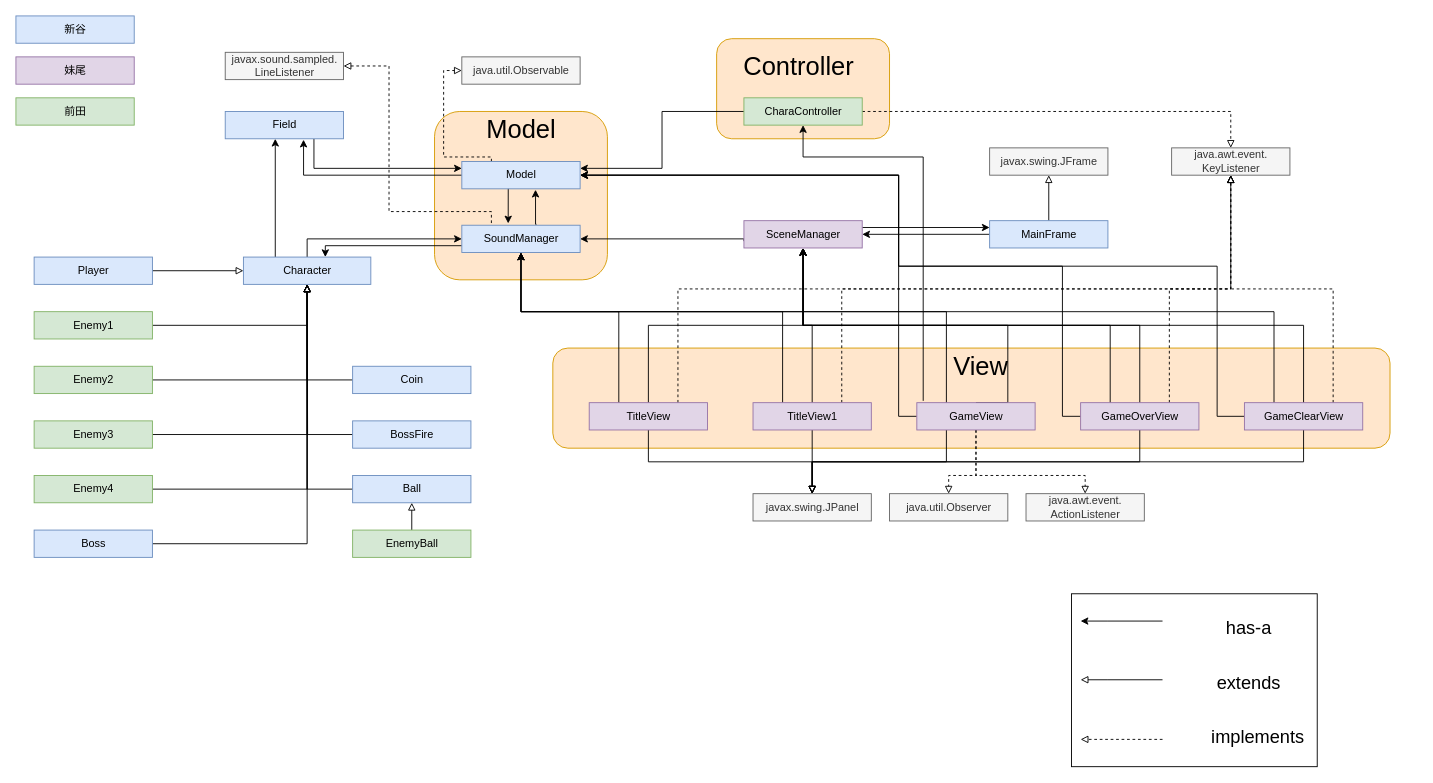
Before: uml.drawio in ddaiki5/MediaPrograming, a draw.io diagram. Source tidied: cells renumbered, new cells numbered last; positions are measured from the earlier drawing's top-left corner, leaving out a move shared by most shapes. Both pictures are drawn from the tidied source at 91%, with x=0, y=0 at pixel (15, 15).
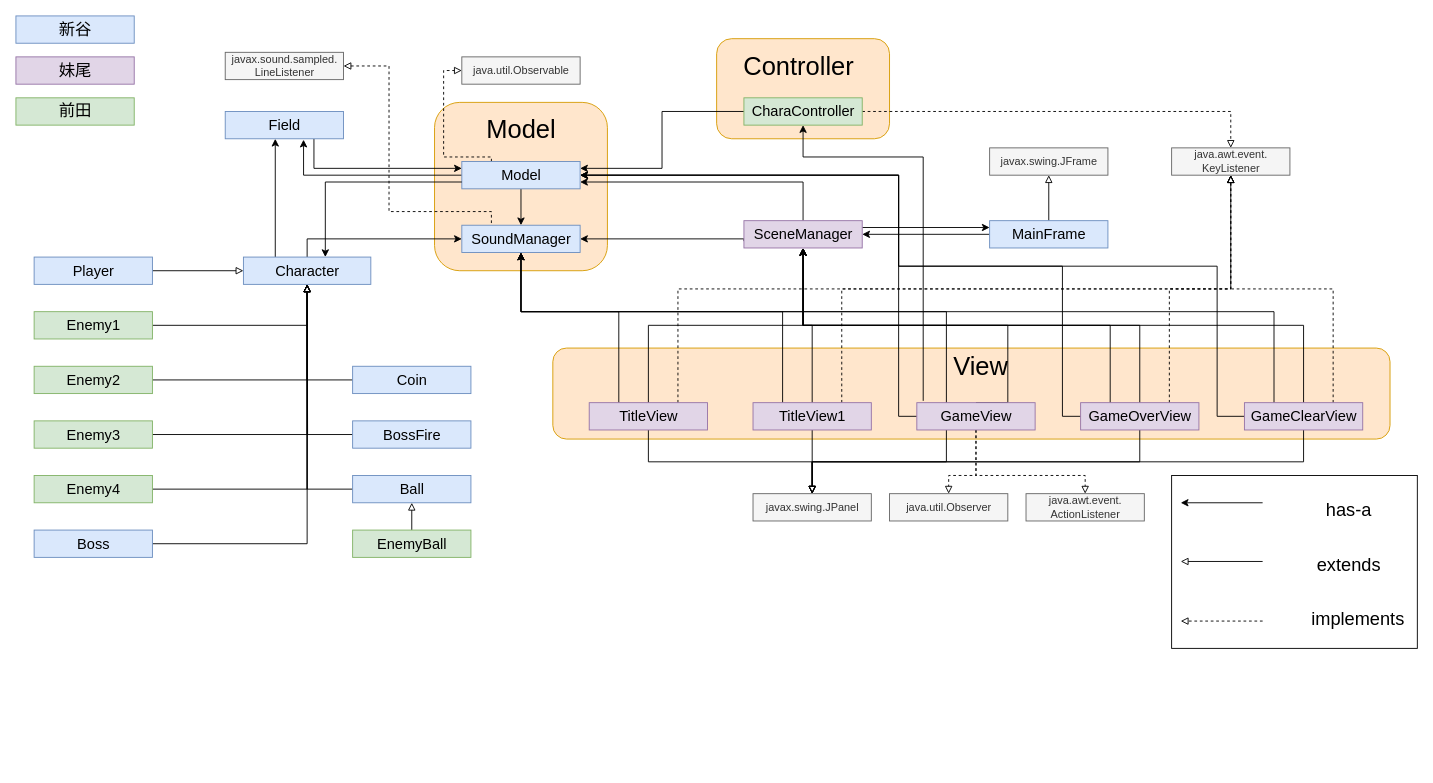
The same page after the edit.

Unchanged cells that the change refers to:
```xml
<mxCell id="86" value="java.util.Observable" style="html=1;fillColor=#f5f5f5;strokeColor=#666666;fontColor=#333333;" parent="1" vertex="1">
  <mxGeometry x="490" y="45" width="130" height="30" as="geometry" />
</mxCell>
```

The edit, as a diff of the source:
```diff
@@
     <mxCell id="2" style="rounded=0;whiteSpace=wrap;html=1;fontSize=28;" parent="1" vertex="1">
-      <mxGeometry x="1160" y="635" width="270" height="190" as="geometry" />
+      <mxGeometry x="1270" y="505" width="270" height="190" as="geometry" />
     </mxCell>
     <mxCell id="3" style="rounded=1;whiteSpace=wrap;html=1;fillColor=#ffe6cc;strokeColor=#d79b00;" parent="1" vertex="1">
-      <mxGeometry x="590" y="365" width="920" height="110" as="geometry" />
+      <mxGeometry x="590" y="365" width="920" height="100" as="geometry" />
     </mxCell>
@@
     <mxCell id="5" style="rounded=1;whiteSpace=wrap;html=1;fillColor=#ffe6cc;strokeColor=#d79b00;" parent="1" vertex="1">
-      <mxGeometry x="460" y="105" width="190" height="185" as="geometry" />
+      <mxGeometry x="460" y="95" width="190" height="185" as="geometry" />
     </mxCell>
@@
-    <mxCell id="7" value="Enemy4" style="html=1;fillColor=#d5e8d4;strokeColor=#82b366;" parent="1" vertex="1">
+    <mxCell id="7" value="Enemy4" style="html=1;fillColor=#d5e8d4;strokeColor=#82b366;fontSize=16;" parent="1" vertex="1">
       <mxGeometry x="20" y="505" width="130" height="30" as="geometry" />
     </mxCell>
@@
-    <mxCell id="10" value="Character" style="html=1;fillColor=#dae8fc;strokeColor=#6c8ebf;" parent="1" vertex="1">
+    <mxCell id="10" value="&lt;font style=&quot;font-size: 16px&quot;&gt;Character&lt;/font&gt;" style="html=1;fillColor=#dae8fc;strokeColor=#6c8ebf;" parent="1" vertex="1">
       <mxGeometry x="250" y="265" width="140" height="30" as="geometry" />
     </mxCell>
@@
-    <mxCell id="12" value="Enemy3" style="html=1;fillColor=#d5e8d4;strokeColor=#82b366;" parent="1" vertex="1">
+    <mxCell id="12" value="Enemy3" style="html=1;fillColor=#d5e8d4;strokeColor=#82b366;fontSize=16;" parent="1" vertex="1">
       <mxGeometry x="20" y="445" width="130" height="30" as="geometry" />
     </mxCell>
@@
-    <mxCell id="14" value="Enemy2" style="html=1;fillColor=#d5e8d4;strokeColor=#82b366;" parent="1" vertex="1">
+    <mxCell id="14" value="&lt;font style=&quot;font-size: 16px&quot;&gt;Enemy2&lt;/font&gt;" style="html=1;fillColor=#d5e8d4;strokeColor=#82b366;" parent="1" vertex="1">
       <mxGeometry x="20" y="385" width="130" height="30" as="geometry" />
     </mxCell>
@@
-    <mxCell id="16" value="Player" style="html=1;fillColor=#dae8fc;strokeColor=#6c8ebf;" parent="1" vertex="1">
+    <mxCell id="16" value="&lt;font style=&quot;font-size: 16px&quot;&gt;Player&lt;/font&gt;" style="html=1;fillColor=#dae8fc;strokeColor=#6c8ebf;" parent="1" vertex="1">
       <mxGeometry x="20" y="265" width="130" height="30" as="geometry" />
     </mxCell>
@@
-    <mxCell id="18" value="Enemy1" style="html=1;fillColor=#d5e8d4;strokeColor=#82b366;" parent="1" vertex="1">
+    <mxCell id="18" value="&lt;font style=&quot;font-size: 16px&quot;&gt;Enemy1&lt;/font&gt;" style="html=1;fillColor=#d5e8d4;strokeColor=#82b366;" parent="1" vertex="1">
       <mxGeometry x="20" y="325" width="130" height="30" as="geometry" />
     </mxCell>
@@
-    <mxCell id="20" value="BossFire" style="html=1;fillColor=#dae8fc;strokeColor=#6c8ebf;" parent="1" vertex="1">
+    <mxCell id="20" value="BossFire" style="html=1;fillColor=#dae8fc;strokeColor=#6c8ebf;fontSize=16;" parent="1" vertex="1">
       <mxGeometry x="370" y="445" width="130" height="30" as="geometry" />
     </mxCell>
@@
-    <mxCell id="22" value="Boss" style="html=1;fillColor=#dae8fc;strokeColor=#6c8ebf;" parent="1" vertex="1">
+    <mxCell id="22" value="Boss" style="html=1;fillColor=#dae8fc;strokeColor=#6c8ebf;fontSize=16;" parent="1" vertex="1">
       <mxGeometry x="20" y="565" width="130" height="30" as="geometry" />
     </mxCell>
@@
-    <mxCell id="24" value="Ball" style="html=1;fillColor=#dae8fc;strokeColor=#6c8ebf;" parent="1" vertex="1">
+    <mxCell id="24" value="Ball" style="html=1;fillColor=#dae8fc;strokeColor=#6c8ebf;fontSize=16;" parent="1" vertex="1">
       <mxGeometry x="370" y="505" width="130" height="30" as="geometry" />
     </mxCell>
-    <mxCell id="25" style="edgeStyle=orthogonalEdgeStyle;rounded=0;jettySize=auto;html=1;exitX=0.5;exitY=0;exitDx=0;exitDy=0;entryX=0.5;entryY=1;entryDx=0;entryDy=0;startArrow=none;startFill=0;endArrow=block;endFill=0;fontSize=28;" parent="1" edge="1" source="26" target="24">
+    <mxCell id="25" style="edgeStyle=orthogonalEdgeStyle;rounded=0;jettySize=auto;html=1;exitX=0.5;exitY=0;exitDx=0;exitDy=0;entryX=0.5;entryY=1;entryDx=0;entryDy=0;startArrow=none;startFill=0;endArrow=block;endFill=0;fontSize=16;" parent="1" edge="1" source="26" target="24">
       <mxGeometry relative="1" as="geometry" />
     </mxCell>
-    <mxCell id="26" value="EnemyBall" style="html=1;fillColor=#d5e8d4;strokeColor=#82b366;" parent="1" vertex="1">
+    <mxCell id="26" value="EnemyBall" style="html=1;fillColor=#d5e8d4;strokeColor=#82b366;fontSize=16;" parent="1" vertex="1">
       <mxGeometry x="370" y="565" width="130" height="30" as="geometry" />
     </mxCell>
@@
-    <mxCell id="29" value="CharaController" style="html=1;fillColor=#d5e8d4;strokeColor=#82b366;" parent="1" vertex="1">
+    <mxCell id="29" value="&lt;font style=&quot;font-size: 16px&quot;&gt;CharaController&lt;/font&gt;" style="html=1;fillColor=#d5e8d4;strokeColor=#82b366;" parent="1" vertex="1">
       <mxGeometry x="800" y="90" width="130" height="30" as="geometry" />
     </mxCell>
@@
+    <mxCell id="32" style="edgeStyle=orthogonalEdgeStyle;rounded=0;jettySize=auto;html=1;exitX=0.25;exitY=0;exitDx=0;exitDy=0;entryX=0;entryY=0.5;entryDx=0;entryDy=0;dashed=1;startArrow=none;startFill=0;endArrow=block;endFill=0;fontSize=28;" parent="1" edge="1" source="33" target="86">
+      <mxGeometry relative="1" as="geometry">
+        <Array as="points">
+          <mxPoint x="523" y="155" />
+          <mxPoint x="470" y="155" />
+          <mxPoint x="470" y="60" />
+        </Array>
+      </mxGeometry>
+    </mxCell>
-    <mxCell id="31" style="edgeStyle=orthogonalEdgeStyle;rounded=0;jettySize=auto;html=1;exitX=0.4;exitY=0.967;exitDx=0;exitDy=0;entryX=0.392;entryY=-0.067;entryDx=0;entryDy=0;fontSize=28;exitPerimeter=0;entryPerimeter=0;" parent="1" edge="1" source="33" target="72">
+    <mxCell id="31" style="edgeStyle=orthogonalEdgeStyle;rounded=0;jettySize=auto;html=1;exitX=0.5;exitY=1;exitDx=0;exitDy=0;entryX=0.5;entryY=0;entryDx=0;entryDy=0;startArrow=none;startFill=0;endArrow=classic;endFill=1;fontSize=16;" parent="1" edge="1" source="33" target="72">
       <mxGeometry relative="1" as="geometry" />
     </mxCell>
-    <mxCell id="32" style="edgeStyle=orthogonalEdgeStyle;rounded=0;jettySize=auto;html=1;exitX=0.25;exitY=0;exitDx=0;exitDy=0;entryX=0;entryY=0.5;entryDx=0;entryDy=0;dashed=1;startArrow=none;startFill=0;endArrow=block;endFill=0;fontSize=28;" parent="1" edge="1" source="33" target="86">
-      <mxGeometry relative="1" as="geometry">
-        <Array as="points">
-          <mxPoint x="523" y="155" />
-          <mxPoint x="470" y="155" />
-          <mxPoint x="470" y="60" />
-        </Array>
-      </mxGeometry>
-    </mxCell>
-    <mxCell id="33" value="Model" style="html=1;fillColor=#dae8fc;strokeColor=#6c8ebf;" parent="1" vertex="1">
+    <mxCell id="33" value="&lt;font style=&quot;font-size: 16px&quot;&gt;Model&lt;/font&gt;" style="html=1;fillColor=#dae8fc;strokeColor=#6c8ebf;" parent="1" vertex="1">
       <mxGeometry x="490" y="160" width="130" height="30" as="geometry" />
     </mxCell>
@@
-    <mxCell id="41" value="GameView" style="html=1;fillColor=#e1d5e7;strokeColor=#9673a6;" parent="1" vertex="1">
+    <mxCell id="41" value="GameView" style="html=1;fillColor=#e1d5e7;strokeColor=#9673a6;fontSize=16;" parent="1" vertex="1">
       <mxGeometry x="990" y="425" width="130" height="30" as="geometry" />
     </mxCell>
@@
-    <mxCell id="47" value="GameOverView" style="html=1;fillColor=#e1d5e7;strokeColor=#9673a6;" parent="1" vertex="1">
+    <mxCell id="47" value="GameOverView" style="html=1;fillColor=#e1d5e7;strokeColor=#9673a6;fontSize=16;" parent="1" vertex="1">
       <mxGeometry x="1170" y="425" width="130" height="30" as="geometry" />
     </mxCell>
@@
-    <mxCell id="52" value="TitleView" style="html=1;fillColor=#e1d5e7;strokeColor=#9673a6;" parent="1" vertex="1">
+    <mxCell id="52" value="TitleView" style="html=1;fillColor=#e1d5e7;strokeColor=#9673a6;fontSize=16;" parent="1" vertex="1">
       <mxGeometry x="630" y="425" width="130" height="30" as="geometry" />
     </mxCell>
@@
-    <mxCell id="57" value="TitleView1" style="html=1;fillColor=#e1d5e7;strokeColor=#9673a6;" parent="1" vertex="1">
+    <mxCell id="57" value="TitleView1" style="html=1;fillColor=#e1d5e7;strokeColor=#9673a6;fontSize=16;" parent="1" vertex="1">
       <mxGeometry x="810" y="425" width="130" height="30" as="geometry" />
     </mxCell>
@@
-    <mxCell id="59" value="Field" style="html=1;fillColor=#dae8fc;strokeColor=#6c8ebf;" parent="1" vertex="1">
+    <mxCell id="59" value="&lt;font style=&quot;font-size: 16px&quot;&gt;Field&lt;/font&gt;" style="html=1;fillColor=#dae8fc;strokeColor=#6c8ebf;" parent="1" vertex="1">
       <mxGeometry x="230" y="105" width="130" height="30" as="geometry" />
     </mxCell>
-    <mxCell id="60" style="edgeStyle=orthogonalEdgeStyle;rounded=0;jettySize=auto;html=1;exitX=0;exitY=0.5;exitDx=0;exitDy=0;entryX=1;entryY=0.5;entryDx=0;entryDy=0;fontSize=28;" parent="1" edge="1" source="62" target="65">
+    <mxCell id="60" style="edgeStyle=orthogonalEdgeStyle;rounded=0;jettySize=auto;html=1;exitX=0;exitY=0.5;exitDx=0;exitDy=0;entryX=1;entryY=0.5;entryDx=0;entryDy=0;fontSize=16;" parent="1" edge="1" source="62" target="65">
       <mxGeometry relative="1" as="geometry" />
     </mxCell>
@@
-    <mxCell id="62" value="MainFrame" style="html=1;fillColor=#dae8fc;strokeColor=#6c8ebf;" parent="1" vertex="1">
+    <mxCell id="62" value="MainFrame" style="html=1;fillColor=#dae8fc;strokeColor=#6c8ebf;fontSize=16;" parent="1" vertex="1">
       <mxGeometry x="1070" y="225" width="130" height="30" as="geometry" />
     </mxCell>
@@
-    <mxCell id="64" style="edgeStyle=orthogonalEdgeStyle;rounded=0;jettySize=auto;html=1;exitX=1;exitY=0.25;exitDx=0;exitDy=0;entryX=0;entryY=0.25;entryDx=0;entryDy=0;fontSize=28;" parent="1" edge="1" source="65" target="62">
+    <mxCell id="64" style="edgeStyle=orthogonalEdgeStyle;rounded=0;jettySize=auto;html=1;exitX=1;exitY=0.25;exitDx=0;exitDy=0;entryX=0;entryY=0.25;entryDx=0;entryDy=0;fontSize=16;" parent="1" edge="1" source="65" target="62">
       <mxGeometry relative="1" as="geometry" />
     </mxCell>
+    <mxCell id="97" style="edgeStyle=orthogonalEdgeStyle;rounded=0;jettySize=auto;html=1;exitX=0.5;exitY=0;exitDx=0;exitDy=0;entryX=1;entryY=0.75;entryDx=0;entryDy=0;startArrow=none;startFill=0;endArrow=classic;endFill=1;fontSize=16;" parent="1" edge="1" source="65" target="33">
+      <mxGeometry relative="1" as="geometry" />
+    </mxCell>
-    <mxCell id="65" value="SceneManager" style="html=1;fillColor=#e1d5e7;strokeColor=#9673a6;" parent="1" vertex="1">
+    <mxCell id="65" value="SceneManager" style="html=1;fillColor=#e1d5e7;strokeColor=#9673a6;fontSize=16;" parent="1" vertex="1">
       <mxGeometry x="800" y="225" width="130" height="30" as="geometry" />
     </mxCell>
@@
-    <mxCell id="67" value="Coin" style="html=1;fillColor=#dae8fc;strokeColor=#6c8ebf;" parent="1" vertex="1">
+    <mxCell id="67" value="Coin" style="html=1;fillColor=#dae8fc;strokeColor=#6c8ebf;fontSize=16;" parent="1" vertex="1">
       <mxGeometry x="370" y="385" width="130" height="30" as="geometry" />
     </mxCell>
@@
-    <mxCell id="70" style="edgeStyle=orthogonalEdgeStyle;rounded=0;jettySize=auto;html=1;exitX=0;exitY=0.75;exitDx=0;exitDy=0;fontSize=28;" parent="1" edge="1" source="72">
+    <mxCell id="70" style="edgeStyle=orthogonalEdgeStyle;rounded=0;jettySize=auto;html=1;exitX=0;exitY=0.75;exitDx=0;exitDy=0;fontSize=28;" parent="1" edge="1" source="33">
       <mxGeometry relative="1" as="geometry">
         <mxPoint x="340" y="265" as="targetPoint" />
         <Array as="points">
-          <mxPoint x="340" y="253" />
+          <mxPoint x="340" y="183" />
         </Array>
       </mxGeometry>
     </mxCell>
-    <mxCell id="71" style="edgeStyle=orthogonalEdgeStyle;rounded=0;jettySize=auto;html=1;exitX=0.631;exitY=-0.033;exitDx=0;exitDy=0;fontSize=28;exitPerimeter=0;entryX=0.623;entryY=1.033;entryDx=0;entryDy=0;entryPerimeter=0;" parent="1" edge="1" source="72" target="33">
-      <mxGeometry relative="1" as="geometry" />
-    </mxCell>
-    <mxCell id="72" value="SoundManager" style="html=1;fillColor=#dae8fc;strokeColor=#6c8ebf;" parent="1" vertex="1">
+    <mxCell id="72" value="&lt;font style=&quot;font-size: 16px&quot;&gt;SoundManager&lt;/font&gt;" style="html=1;fillColor=#dae8fc;strokeColor=#6c8ebf;" parent="1" vertex="1">
       <mxGeometry x="490" y="230" width="130" height="30" as="geometry" />
     </mxCell>
@@
-    <mxCell id="78" value="GameClearView" style="html=1;fillColor=#e1d5e7;strokeColor=#9673a6;" parent="1" vertex="1">
+    <mxCell id="78" value="GameClearView" style="html=1;fillColor=#e1d5e7;strokeColor=#9673a6;fontSize=16;" parent="1" vertex="1">
       <mxGeometry x="1350" y="425" width="130" height="30" as="geometry" />
     </mxCell>
-    <mxCell id="79" value="新谷" style="html=1;fillColor=#dae8fc;strokeColor=#6c8ebf;" parent="1" vertex="1">
+    <mxCell id="79" value="&lt;font style=&quot;font-size: 18px&quot;&gt;新谷&lt;/font&gt;" style="html=1;fillColor=#dae8fc;strokeColor=#6c8ebf;" parent="1" vertex="1">
       <mxGeometry width="130" height="30" as="geometry" />
     </mxCell>
-    <mxCell id="80" value="妹尾" style="html=1;fillColor=#e1d5e7;strokeColor=#9673a6;" parent="1" vertex="1">
+    <mxCell id="80" value="&lt;font style=&quot;font-size: 18px&quot;&gt;妹尾&lt;/font&gt;" style="html=1;fillColor=#e1d5e7;strokeColor=#9673a6;" parent="1" vertex="1">
       <mxGeometry y="45" width="130" height="30" as="geometry" />
     </mxCell>
-    <mxCell id="81" value="前田" style="html=1;fillColor=#d5e8d4;strokeColor=#82b366;" parent="1" vertex="1">
+    <mxCell id="81" value="&lt;font style=&quot;font-size: 18px&quot;&gt;前田&lt;/font&gt;" style="html=1;fillColor=#d5e8d4;strokeColor=#82b366;" parent="1" vertex="1">
       <mxGeometry y="90" width="130" height="30" as="geometry" />
     </mxCell>
@@
     <mxCell id="91" style="edgeStyle=orthogonalEdgeStyle;rounded=0;orthogonalLoop=1;jettySize=auto;html=1;exitX=0;exitY=0.5;exitDx=0;exitDy=0;entryX=1;entryY=0.5;entryDx=0;entryDy=0;dashed=1;startArrow=none;startFill=0;endArrow=block;endFill=0;fontSize=28;" parent="1" edge="1">
       <mxGeometry relative="1" as="geometry">
-        <mxPoint x="1260" y="795" as="sourcePoint" />
-        <mxPoint x="1170" y="795" as="targetPoint" />
+        <mxPoint x="1370" y="665" as="sourcePoint" />
+        <mxPoint x="1280" y="665" as="targetPoint" />
         <Array as="points">
-          <mxPoint x="1220" y="795" />
-          <mxPoint x="1220" y="795" />
+          <mxPoint x="1330" y="665" />
+          <mxPoint x="1330" y="665" />
         </Array>
       </mxGeometry>
     </mxCell>
     <mxCell id="92" style="edgeStyle=orthogonalEdgeStyle;rounded=0;orthogonalLoop=1;jettySize=auto;html=1;exitX=0;exitY=0.5;exitDx=0;exitDy=0;entryX=1;entryY=0.5;entryDx=0;entryDy=0;startArrow=none;startFill=0;endArrow=block;endFill=0;fontSize=28;" parent="1" edge="1">
       <mxGeometry relative="1" as="geometry">
-        <mxPoint x="1260" y="729.5" as="sourcePoint" />
-        <mxPoint x="1170" y="729.5" as="targetPoint" />
+        <mxPoint x="1370" y="599.5" as="sourcePoint" />
+        <mxPoint x="1280" y="599.5" as="targetPoint" />
         <Array as="points">
-          <mxPoint x="1200" y="729.5" />
-          <mxPoint x="1200" y="729.5" />
+          <mxPoint x="1310" y="599.5" />
+          <mxPoint x="1310" y="599.5" />
         </Array>
       </mxGeometry>
     </mxCell>
     <mxCell id="93" style="edgeStyle=orthogonalEdgeStyle;rounded=0;orthogonalLoop=1;jettySize=auto;html=1;exitX=0;exitY=0.5;exitDx=0;exitDy=0;entryX=1;entryY=0.5;entryDx=0;entryDy=0;startArrow=none;startFill=0;endArrow=classic;endFill=1;fontSize=28;" parent="1" edge="1">
       <mxGeometry relative="1" as="geometry">
-        <mxPoint x="1260" y="665" as="sourcePoint" />
-        <mxPoint x="1170" y="665" as="targetPoint" />
+        <mxPoint x="1370" y="535" as="sourcePoint" />
+        <mxPoint x="1280" y="535" as="targetPoint" />
         <Array as="points">
-          <mxPoint x="1200" y="665" />
-          <mxPoint x="1200" y="665" />
+          <mxPoint x="1310" y="535" />
+          <mxPoint x="1310" y="535" />
         </Array>
       </mxGeometry>
     </mxCell>
     <mxCell id="94" value="&lt;font style=&quot;font-size: 20px&quot;&gt;has-a&lt;/font&gt;" style="text;html=1;strokeColor=none;fillColor=none;align=center;verticalAlign=middle;whiteSpace=wrap;rounded=0;fontSize=28;" parent="1" vertex="1">
-      <mxGeometry x="1310" y="655" width="90" height="30" as="geometry" />
+      <mxGeometry x="1420" y="525" width="90" height="30" as="geometry" />
     </mxCell>
     <mxCell id="95" value="&lt;span style=&quot;font-size: 20px&quot;&gt;extends&lt;/span&gt;" style="text;html=1;strokeColor=none;fillColor=none;align=center;verticalAlign=middle;whiteSpace=wrap;rounded=0;fontSize=28;" parent="1" vertex="1">
-      <mxGeometry x="1310" y="715" width="90" height="30" as="geometry" />
+      <mxGeometry x="1420" y="585" width="90" height="30" as="geometry" />
     </mxCell>
     <mxCell id="96" value="&lt;font style=&quot;font-size: 20px&quot;&gt;implements&lt;/font&gt;" style="text;html=1;strokeColor=none;fillColor=none;align=center;verticalAlign=middle;whiteSpace=wrap;rounded=0;fontSize=28;" parent="1" vertex="1">
-      <mxGeometry x="1320" y="775" width="90" height="30" as="geometry" />
+      <mxGeometry x="1430" y="645" width="90" height="30" as="geometry" />
     </mxCell>
```
